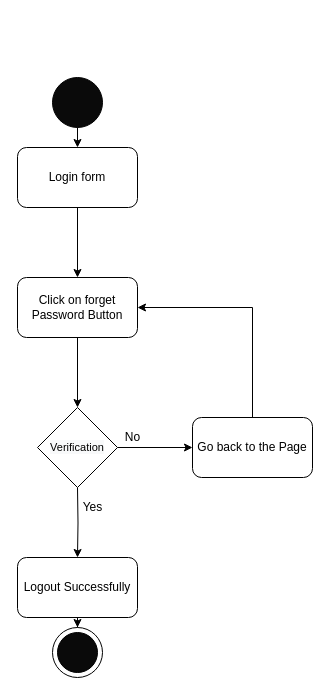
This is diagrams/Activity Diagram/forget password.drawio from usman1100/fyp-documentation, a draw.io file, before an edit. Source tidied: cells renumbered, new cells numbered last; positions are measured from the earlier drawing's top-left corner, leaving out a move shared by most shapes. Both pictures are drawn from the tidied source at 100%, with x=0, y=0 at pixel (17, 77).
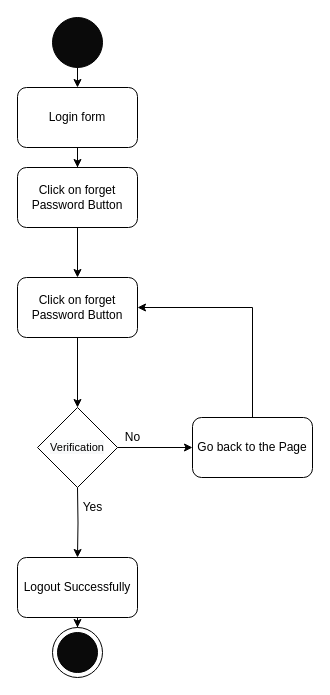
The same page after the edit.

The change refers to these unchanged cells:
```xml
<mxCell id="17" value="Click on forget Password Button" style="whiteSpace=wrap;html=1;fillColor=#FFFFFF;rounded=1;" parent="1" vertex="1">
  <mxGeometry y="200" width="120" height="60" as="geometry" />
</mxCell>
```

Diff of the diagram source:
```diff
@@
     <mxCell id="3" style="ellipse;whiteSpace=wrap;html=1;fillColor=#0A0A0A;" parent="1" vertex="1">
-      <mxGeometry x="35" width="50" height="50" as="geometry" />
+      <mxGeometry x="35" y="-60" width="50" height="50" as="geometry" />
     </mxCell>
-    <mxCell id="4" style="edgeStyle=orthogonalEdgeStyle;rounded=0;jettySize=auto;html=1;" parent="1" edge="1" source="5" target="17">
-      <mxGeometry relative="1" as="geometry" />
-    </mxCell>
+    <mxCell id="19" style="edgeStyle=orthogonalEdgeStyle;rounded=0;jettySize=auto;html=1;" parent="1" edge="1" source="5" target="21">
+      <mxGeometry relative="1" as="geometry" />
+    </mxCell>
     <mxCell id="5" value="Login form" style="rounded=1;whiteSpace=wrap;html=1;fillColor=#FFFFFF;" parent="1" vertex="1">
-      <mxGeometry y="70" width="120" height="60" as="geometry" />
+      <mxGeometry y="10" width="120" height="60" as="geometry" />
     </mxCell>
@@
+    <mxCell id="20" style="edgeStyle=orthogonalEdgeStyle;rounded=0;jettySize=auto;html=1;exitX=0.5;exitY=1;exitDx=0;exitDy=0;" parent="1" edge="1" source="21" target="17">
+      <mxGeometry relative="1" as="geometry" />
+    </mxCell>
+    <mxCell id="21" value="Click on forget Password Button" style="whiteSpace=wrap;html=1;fillColor=#FFFFFF;rounded=1;" parent="1" vertex="1">
+      <mxGeometry y="90" width="120" height="60" as="geometry" />
+    </mxCell>
```
